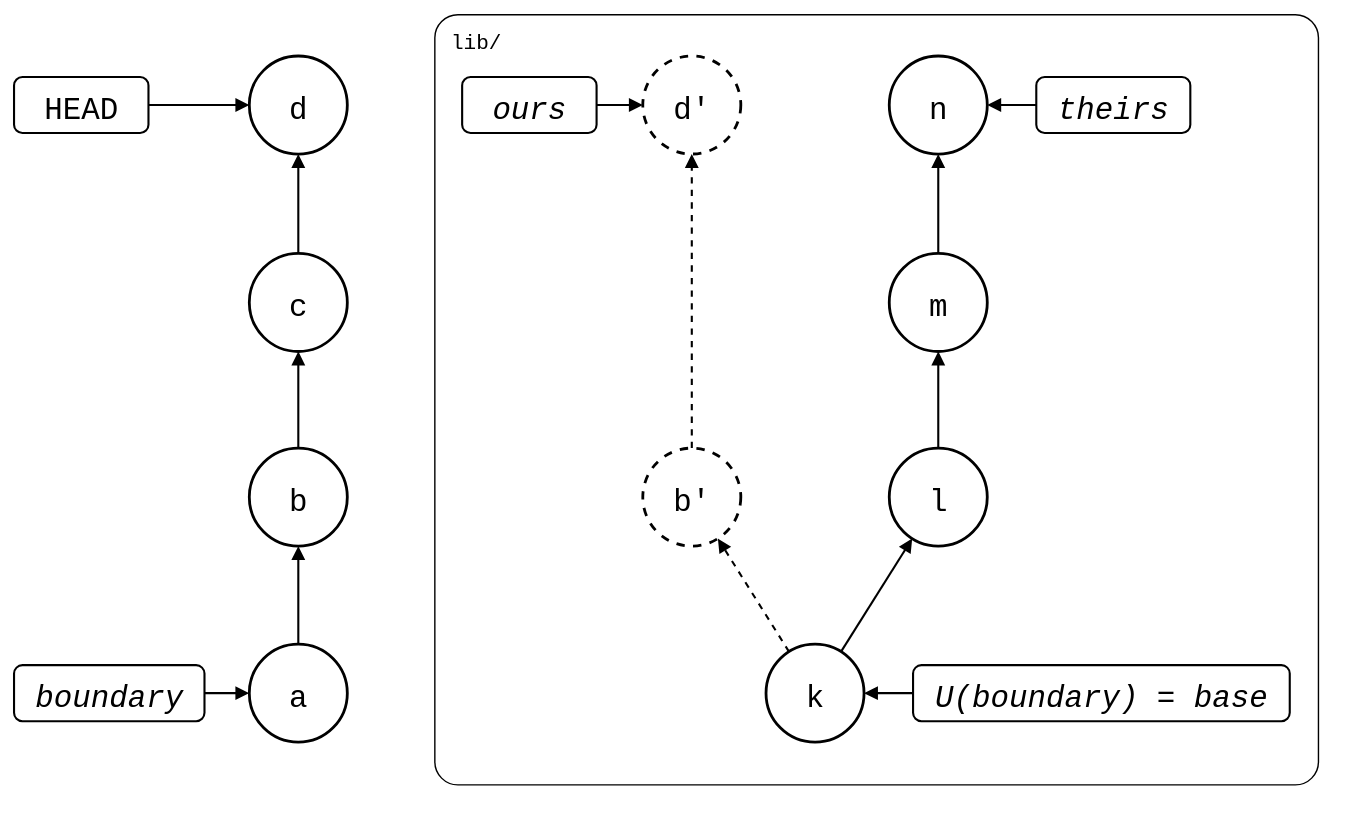
The draw.io diagram test/scenarios/01-everyday-sync/01-sync-model/before-pull-git-names.drawio.svg in roschaefer/git-splice, before a commit. Source tidied: cells renumbered, new cells last; positions are measured from the earlier drawing's top-left corner, leaving out a move shared by most shapes.
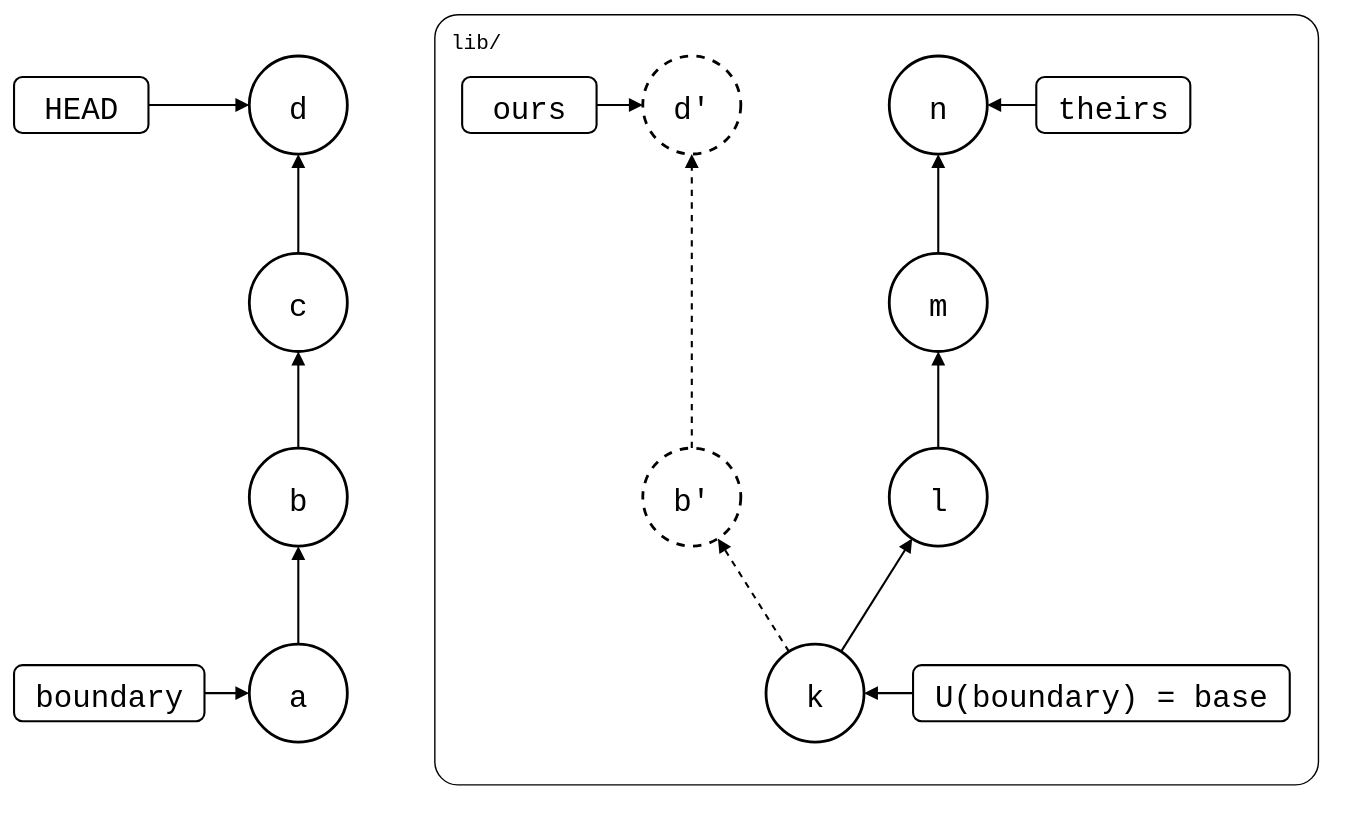
Later version of the same file.

What changed in the source:
```diff
@@ -38,16 +38,16 @@
     <mxCell id="13" value="HEAD" style="rounded=1;strokeWidth=1.5;fontSize=22;fontFamily=Roboto Mono,monospace;" parent="1" vertex="1">
       <mxGeometry y="45" width="96" height="40" as="geometry" />
     </mxCell>
-    <mxCell id="14" value="boundary" style="rounded=1;strokeWidth=1.5;fontSize=22;fontFamily=Roboto Mono,monospace;fontStyle=2;" parent="1" vertex="1">
+    <mxCell id="14" value="boundary" style="rounded=1;strokeWidth=1.5;fontSize=22;fontFamily=Roboto Mono,monospace;" parent="1" vertex="1">
       <mxGeometry y="465" width="136" height="40" as="geometry" />
     </mxCell>
-    <mxCell id="15" value="U(boundary) = base" style="rounded=1;strokeWidth=1.5;fontSize=22;fontFamily=Roboto Mono,monospace;fontStyle=2;" parent="1" vertex="1">
+    <mxCell id="15" value="U(boundary) = base" style="rounded=1;strokeWidth=1.5;fontSize=22;fontFamily=Roboto Mono,monospace;" parent="1" vertex="1">
       <mxGeometry x="642" y="465" width="269" height="40" as="geometry" />
     </mxCell>
-    <mxCell id="16" value="theirs" style="rounded=1;strokeWidth=1.5;fontSize=22;fontFamily=Roboto Mono,monospace;fontStyle=2;" parent="1" vertex="1">
+    <mxCell id="16" value="theirs" style="rounded=1;strokeWidth=1.5;fontSize=22;fontFamily=Roboto Mono,monospace;" parent="1" vertex="1">
       <mxGeometry x="730" y="45" width="110" height="40" as="geometry" />
     </mxCell>
-    <mxCell id="17" value="ours" style="rounded=1;strokeWidth=1.5;fontSize=22;fontFamily=Roboto Mono,monospace;fontStyle=2;" parent="1" vertex="1">
+    <mxCell id="17" value="ours" style="rounded=1;strokeWidth=1.5;fontSize=22;fontFamily=Roboto Mono,monospace;" parent="1" vertex="1">
       <mxGeometry x="320" y="45" width="96" height="40" as="geometry" />
     </mxCell>
     <mxCell id="18" style="endArrow=block;endFill=1;html=1;strokeWidth=1.5;rounded=0;" parent="1" edge="1" source="13" target="6">
```
